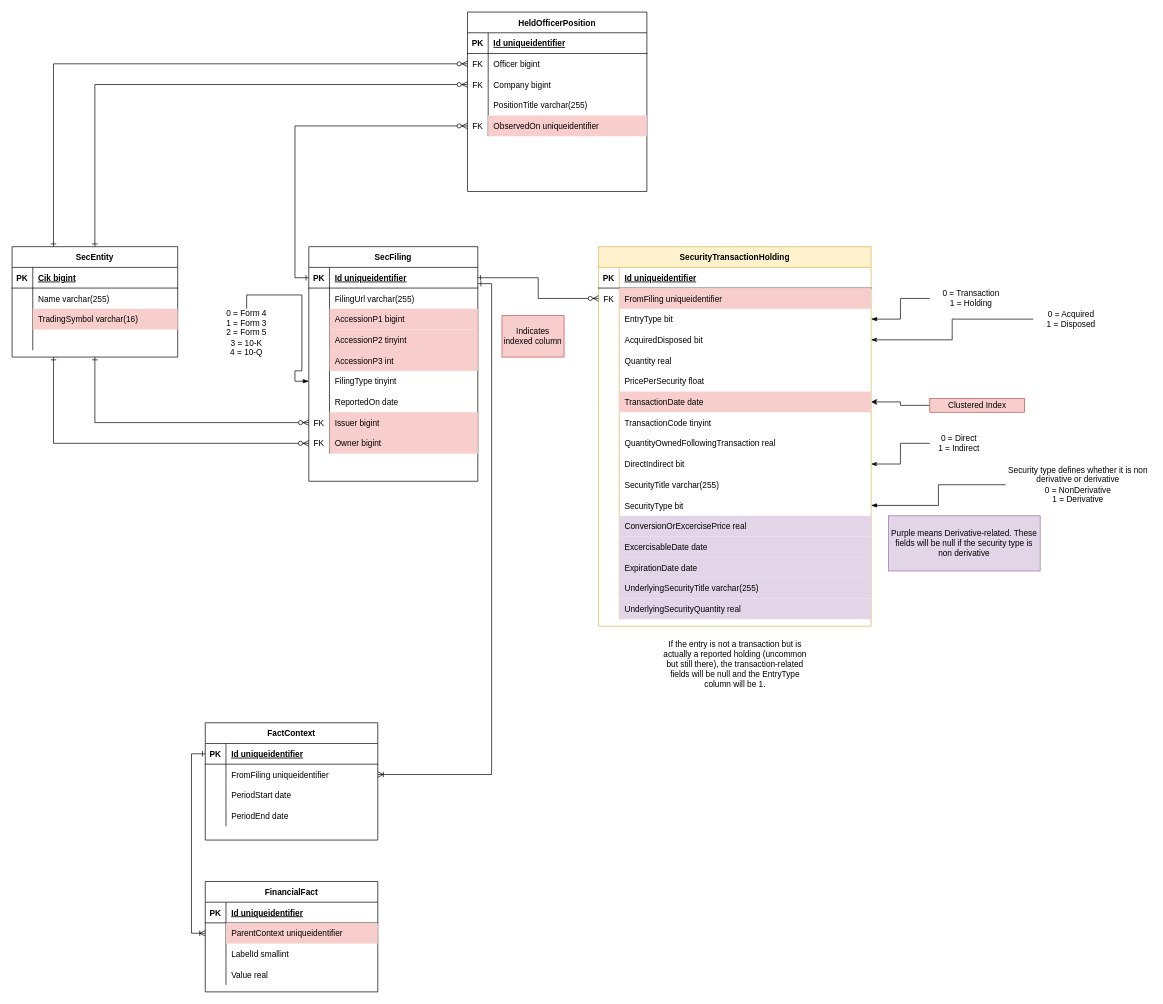
Earlier version of the draw.io diagram page "Filing-Derived" (1 of 3) of AletheiaErd.drawio (TimHanewich/Aletheia-Engine-Library). Source tidied: cells renumbered, new cells numbered last; positions are measured from the earlier drawing's top-left corner, leaving out a move shared by most shapes. Both pictures are drawn from the tidied source at 69%, with x=0, y=0 at pixel (12, 12).
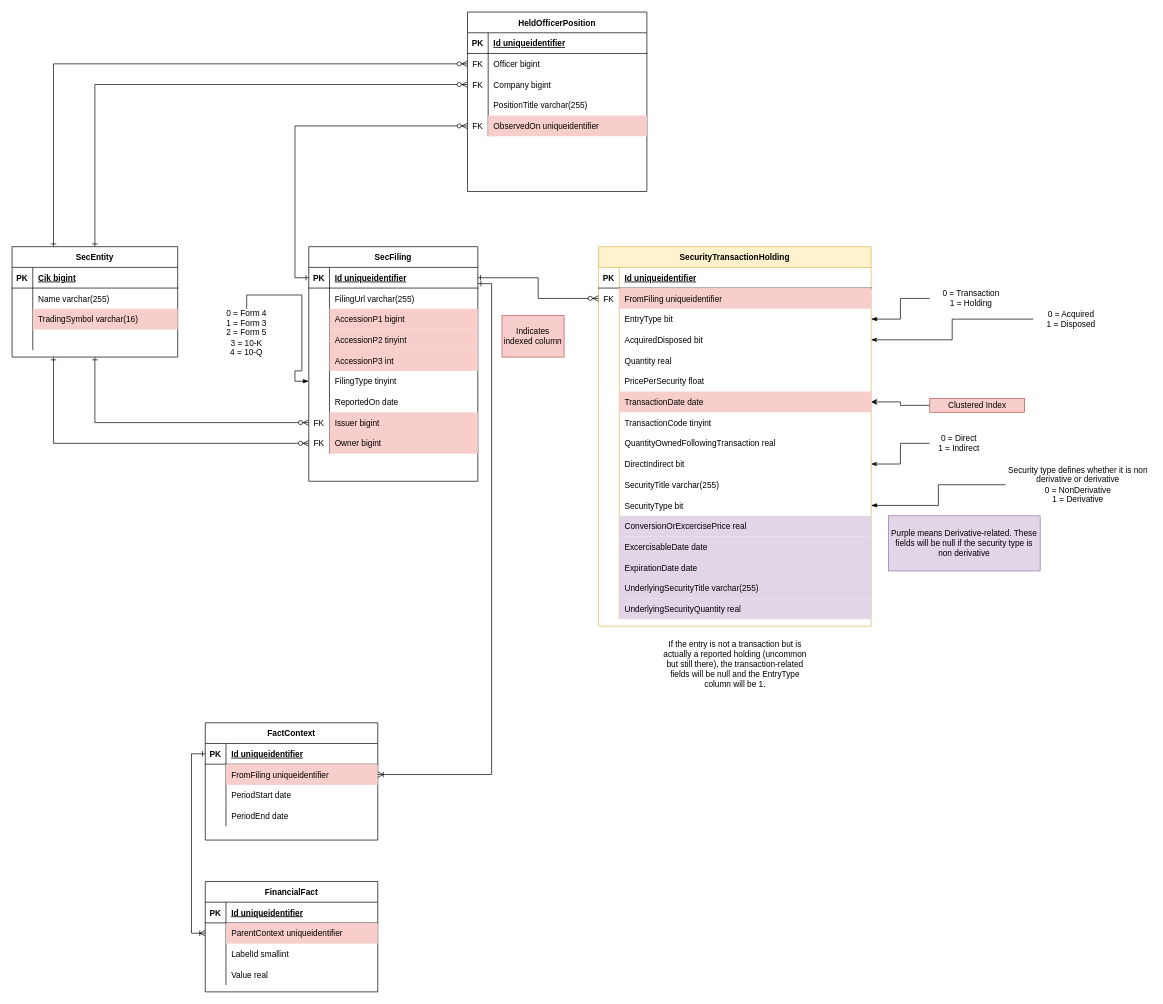
Above is the later version.

Commit message:
Marked FromFiling column of FactContext as an indexed column

Unchanged cells that the change refers to:
```xml
<mxCell id="133" style="shape=partialRectangle;fillColor=none;top=0;left=0;bottom=0;right=0;points=[[0,0.5],[1,0.5]];portConstraint=eastwest;" parent="129" vertex="1">
  <mxGeometry y="60" width="250" height="30" as="geometry" />
</mxCell>
```

Change to the diagram source:
```diff
@@
-    <mxCell id="135" value="FromFiling uniqueidentifier" style="shape=partialRectangle;fillColor=none;top=0;left=0;bottom=0;right=0;align=left;spacingLeft=6;overflow=hidden;" parent="133" vertex="1">
+    <mxCell id="135" value="FromFiling uniqueidentifier" style="shape=partialRectangle;fillColor=#f8cecc;top=0;left=0;bottom=0;right=0;align=left;spacingLeft=6;overflow=hidden;strokeColor=#b85450;" parent="133" vertex="1">
       <mxGeometry x="30" width="220" height="30" as="geometry" />
     </mxCell>
```
